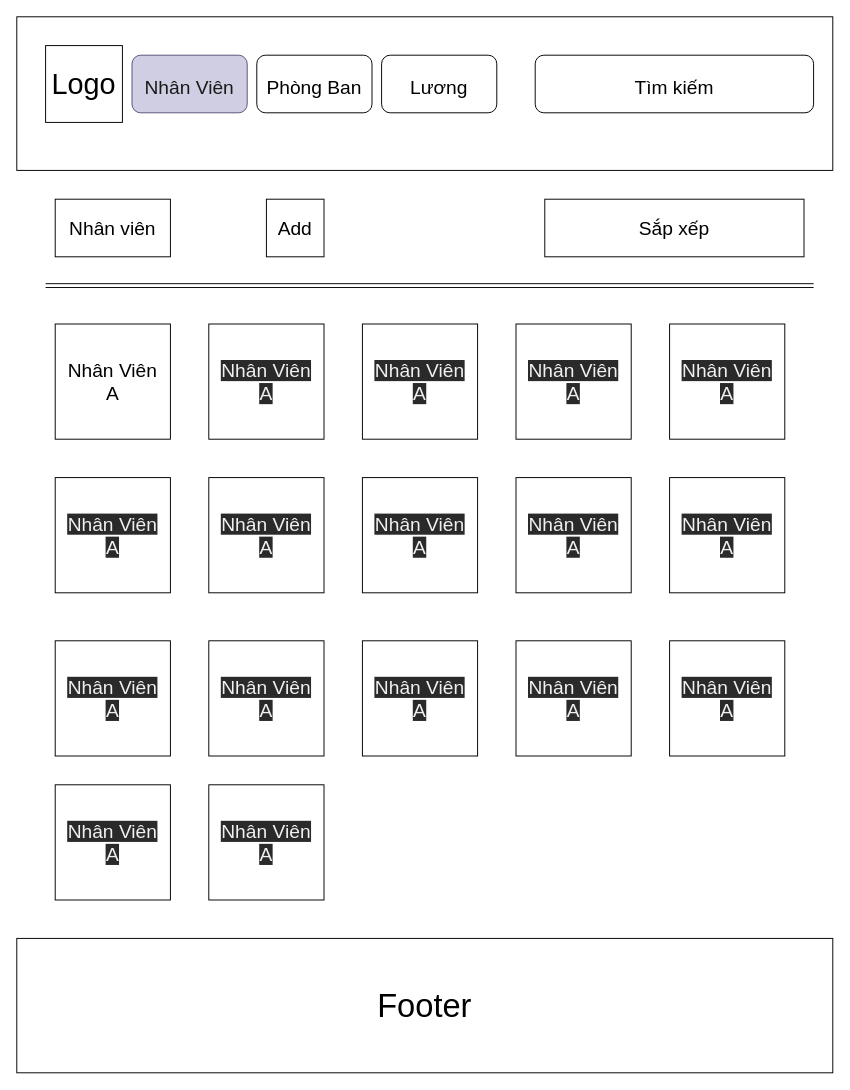
Before: page "Page-1" (1 of 3) of test.drawio in Trongnguyenhuy/FunixASM, a draw.io diagram. Source tidied: cells renumbered, new cells numbered last; positions are measured from the earlier drawing's top-left corner, leaving out a move shared by most shapes. Both pictures are drawn from the tidied source at 96%, with x=0, y=0 at pixel (16, 16).
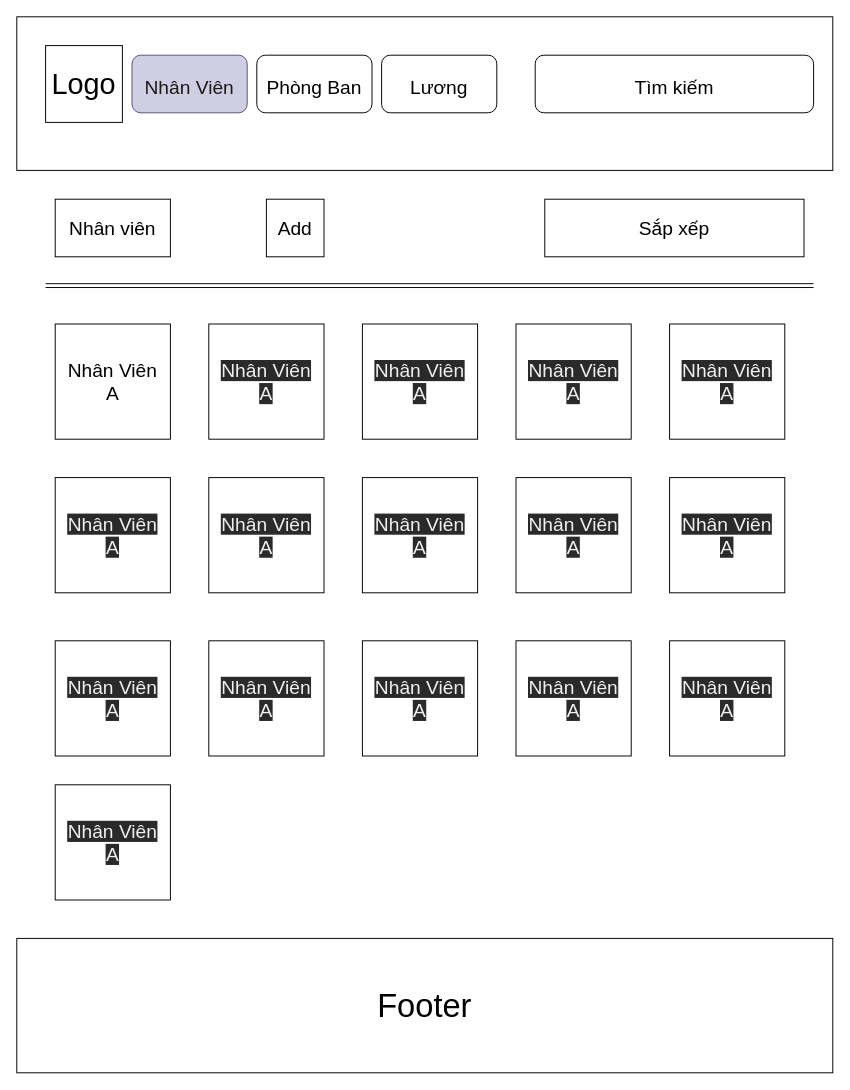
Above is the later version.

Change to the diagram source:
```diff
@@
-    <mxCell id="29" value="&#10;&#10;&lt;span style=&quot;color: rgb(240, 240, 240); font-family: helvetica; font-size: 20px; font-style: normal; font-weight: 400; letter-spacing: normal; text-align: center; text-indent: 0px; text-transform: none; word-spacing: 0px; background-color: rgb(42, 42, 42); display: inline; float: none;&quot;&gt;Nhân Viên&lt;/span&gt;&lt;br style=&quot;color: rgb(240, 240, 240); font-family: helvetica; font-size: 20px; font-style: normal; font-weight: 400; letter-spacing: normal; text-align: center; text-indent: 0px; text-transform: none; word-spacing: 0px; background-color: rgb(42, 42, 42);&quot;&gt;&lt;span style=&quot;color: rgb(240, 240, 240); font-family: helvetica; font-size: 20px; font-style: normal; font-weight: 400; letter-spacing: normal; text-align: center; text-indent: 0px; text-transform: none; word-spacing: 0px; background-color: rgb(42, 42, 42); display: inline; float: none;&quot;&gt;A&lt;/span&gt;&#10;&#10;" style="whiteSpace=wrap;html=1;fontSize=20;" parent="1" vertex="1">
-      <mxGeometry x="200" y="800" width="120" height="120" as="geometry" />
-    </mxCell>
```
